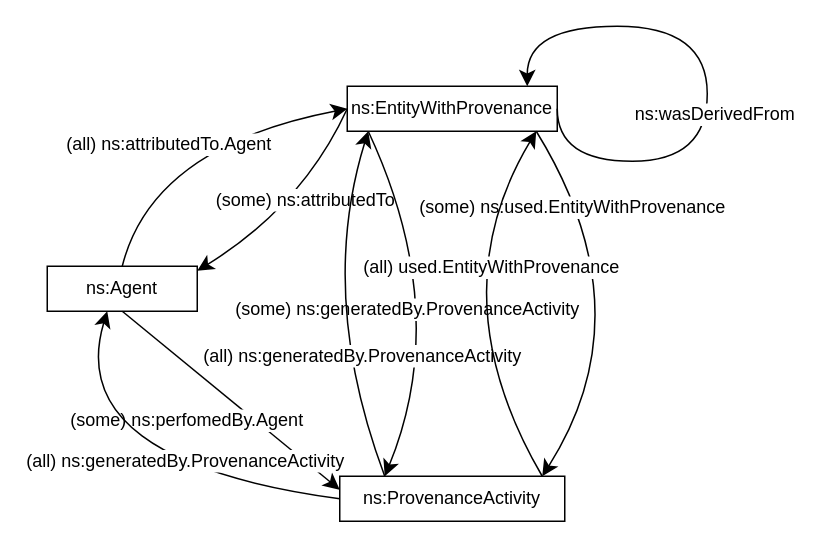
Earlier version of the draw.io diagram MODL Library Simplified/provenanceSimplified.drawio (nd-crane/Drawio-experiments). Source tidied: cells renumbered, new cells numbered last; positions are measured from the earlier drawing's top-left corner, leaving out a move shared by most shapes. Both pictures are drawn from the tidied source at 150%, with x=0, y=0 at pixel (46, 26).
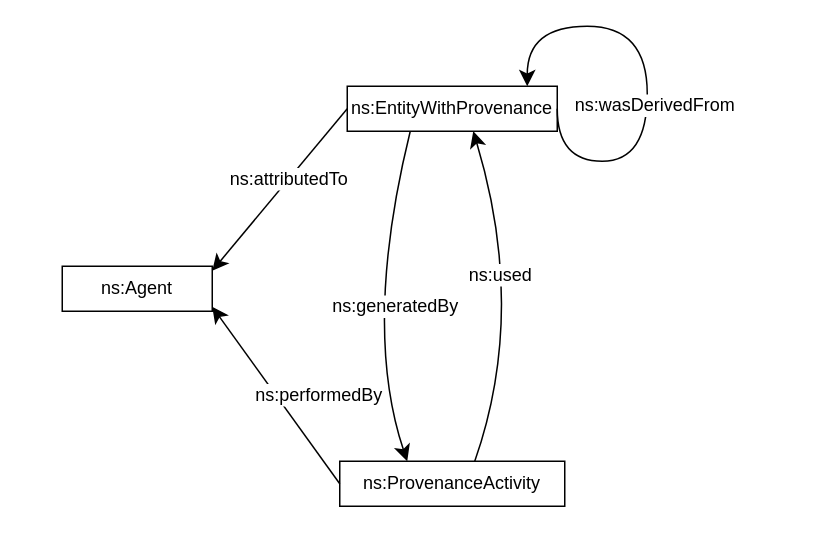
Above is the later version.

The change refers to these unchanged cells:
```xml
<mxCell id="2" value="ns:EntityWithProvenance" style="rounded=0;whiteSpace=wrap;html=1;snapToPoint=1;points=[[0.1,0],[0.2,0],[0.3,0],[0.4,0],[0.5,0],[0.6,0],[0.7,0],[0.8,0],[0.9,0],[0,0.1],[0,0.3],[0,0.5],[0,0.7],[0,0.9],[0.1,1],[0.2,1],[0.3,1],[0.4,1],[0.5,1],[0.6,1],[0.7,1],[0.8,1],[0.9,1],[1,0.1],[1,0.3],[1,0.5],[1,0.7],[1,0.9]];" parent="1" vertex="1">
  <mxGeometry x="200" y="40" width="140" height="30" as="geometry" />
</mxCell>
```

The edit, as a diff of the source:
```diff
@@
     <mxCell id="3" style="endArrow=classic;html=1;exitX=1;exitY=0.5;exitDx=0;exitDy=0;endSize=8;arcSize=0;edgeStyle=orthogonalEdgeStyle;curved=1;" parent="1" edge="1" source="2">
       <mxGeometry relative="1" as="geometry">
         <mxPoint x="320" y="40" as="targetPoint" />
         <Array as="points">
           <mxPoint x="340" y="90" />
-          <mxPoint x="440" y="90" />
-          <mxPoint x="440" />
+          <mxPoint x="400" y="90" />
+          <mxPoint x="400" />
           <mxPoint x="320" />
         </Array>
       </mxGeometry>
     </mxCell>
@@
     <mxCell id="5" value="ns:Agent" style="rounded=0;whiteSpace=wrap;html=1;snapToPoint=1;points=[[0.1,0],[0.2,0],[0.3,0],[0.4,0],[0.5,0],[0.6,0],[0.7,0],[0.8,0],[0.9,0],[0,0.1],[0,0.3],[0,0.5],[0,0.7],[0,0.9],[0.1,1],[0.2,1],[0.3,1],[0.4,1],[0.5,1],[0.6,1],[0.7,1],[0.8,1],[0.9,1],[1,0.1],[1,0.3],[1,0.5],[1,0.7],[1,0.9]];" parent="1" vertex="1">
-      <mxGeometry y="160" width="100" height="30" as="geometry" />
+      <mxGeometry x="10" y="160" width="100" height="30" as="geometry" />
     </mxCell>
     <mxCell id="6" style="endArrow=classic;html=1;exitX=0;exitY=0.5;exitDx=0;exitDy=0;entryX=1;entryY=0.1;entryDx=0;entryDy=0;endSize=8;arcSize=0;curved=1;" parent="1" edge="1" source="2" target="5">
-      <mxGeometry relative="1" as="geometry">
-        <Array as="points">
-          <mxPoint x="170" y="120" />
-        </Array>
-      </mxGeometry>
+      <mxGeometry relative="1" as="geometry" />
     </mxCell>
-    <mxCell id="7" value="(some) ns:attributedTo" style="text;html=1;align=center;verticalAlign=middle;labelBackgroundColor=#ffffff;" parent="6" vertex="1">
+    <mxCell id="7" value="ns:attributedTo" style="text;html=1;align=center;verticalAlign=middle;labelBackgroundColor=#ffffff;" parent="6" vertex="1">
       <mxGeometry x="-0.13" relative="1" as="geometry" />
     </mxCell>
-    <mxCell id="8" style="endArrow=classic;html=1;exitX=0.1;exitY=1;exitDx=0;exitDy=0;endSize=8;arcSize=0;curved=1;entryX=0.2;entryY=0;entryDx=0;entryDy=0;" parent="1" edge="1" source="2" target="10">
+    <mxCell id="8" style="endArrow=classic;html=1;exitX=0.3;exitY=1;exitDx=0;exitDy=0;endSize=8;arcSize=0;curved=1;entryX=0.3;entryY=0;entryDx=0;entryDy=0;" parent="1" edge="1" source="2" target="10">
       <mxGeometry relative="1" as="geometry">
         <Array as="points">
-          <mxPoint x="270" y="190" />
+          <mxPoint x="210" y="200" />
         </Array>
       </mxGeometry>
     </mxCell>
-    <mxCell id="9" value="(some) ns:generatedBy.ProvenanceActivity" style="text;html=1;align=center;verticalAlign=middle;labelBackgroundColor=#ffffff;" parent="8" vertex="1">
+    <mxCell id="9" value="ns:generatedBy" style="text;html=1;align=center;verticalAlign=middle;labelBackgroundColor=#ffffff;" parent="8" vertex="1">
       <mxGeometry x="-0.13" relative="1" as="geometry">
-        <mxPoint x="-21" y="20" as="offset" />
+        <mxPoint x="13" y="19" as="offset" />
       </mxGeometry>
     </mxCell>
     <mxCell id="10" value="ns:ProvenanceActivity" style="rounded=0;whiteSpace=wrap;html=1;snapToPoint=1;points=[[0.1,0],[0.2,0],[0.3,0],[0.4,0],[0.5,0],[0.6,0],[0.7,0],[0.8,0],[0.9,0],[0,0.1],[0,0.3],[0,0.5],[0,0.7],[0,0.9],[0.1,1],[0.2,1],[0.3,1],[0.4,1],[0.5,1],[0.6,1],[0.7,1],[0.8,1],[0.9,1],[1,0.1],[1,0.3],[1,0.5],[1,0.7],[1,0.9]];" parent="1" vertex="1">
-      <mxGeometry x="195" y="300" width="150" height="30" as="geometry" />
+      <mxGeometry x="195" y="290" width="150" height="30" as="geometry" />
     </mxCell>
-    <mxCell id="11" style="endArrow=classic;html=1;exitX=0.5;exitY=0;exitDx=0;exitDy=0;endSize=8;entryX=0;entryY=0.5;entryDx=0;entryDy=0;arcSize=0;curved=1;" parent="1" edge="1" source="5" target="2">
-      <mxGeometry relative="1" as="geometry">
-        <Array as="points">
-          <mxPoint x="70" y="80" />
-        </Array>
-      </mxGeometry>
-    </mxCell>
-    <mxCell id="12" value="(all) ns:attributedTo.Agent" style="text;html=1;align=center;verticalAlign=middle;labelBackgroundColor=#ffffff;" parent="11" vertex="1">
-      <mxGeometry x="-0.13" relative="1" as="geometry" />
-    </mxCell>
-    <mxCell id="13" style="endArrow=classic;html=1;exitX=0.2;exitY=0;exitDx=0;exitDy=0;endSize=8;entryX=0.1;entryY=1;entryDx=0;entryDy=0;arcSize=0;curved=1;" parent="1" edge="1" source="10" target="2">
-      <mxGeometry relative="1" as="geometry">
-        <Array as="points">
-          <mxPoint x="180" y="180" />
-        </Array>
-      </mxGeometry>
-    </mxCell>
-    <mxCell id="14" value="(all) ns:generatedBy.ProvenanceActivity" style="text;html=1;align=center;verticalAlign=middle;labelBackgroundColor=#ffffff;" parent="13" vertex="1">
-      <mxGeometry x="-0.13" relative="1" as="geometry">
-        <mxPoint x="22" y="19" as="offset" />
-      </mxGeometry>
-    </mxCell>
-    <mxCell id="15" style="endArrow=classic;html=1;exitX=0.9;exitY=1;exitDx=0;exitDy=0;endSize=8;arcSize=0;curved=1;entryX=0.9;entryY=0;entryDx=0;entryDy=0;" parent="1" edge="1" source="2" target="10">
-      <mxGeometry relative="1" as="geometry">
-        <Array as="points">
-          <mxPoint x="400" y="190" />
-        </Array>
-      </mxGeometry>
-    </mxCell>
-    <mxCell id="16" value="(some) ns:used.EntityWithProvenance" style="text;html=1;align=center;verticalAlign=middle;labelBackgroundColor=#ffffff;" parent="15" vertex="1">
-      <mxGeometry x="-0.13" relative="1" as="geometry">
-        <mxPoint x="-38" y="-50" as="offset" />
-      </mxGeometry>
-    </mxCell>
-    <mxCell id="17" style="endArrow=classic;html=1;exitX=0.9;exitY=0;exitDx=0;exitDy=0;endSize=8;entryX=0.9;entryY=1;entryDx=0;entryDy=0;arcSize=0;curved=1;" parent="1" edge="1" source="10" target="2">
+    <mxCell id="17" style="endArrow=classic;html=1;exitX=0.6;exitY=0;exitDx=0;exitDy=0;endSize=8;entryX=0.6;entryY=1;entryDx=0;entryDy=0;arcSize=0;curved=1;" parent="1" edge="1" source="10" target="2">
       <mxGeometry relative="1" as="geometry">
         <Array as="points">
-          <mxPoint x="260" y="180" />
+          <mxPoint x="320" y="190" />
         </Array>
       </mxGeometry>
     </mxCell>
-    <mxCell id="18" value="(all) used.EntityWithProvenance" style="text;html=1;align=center;verticalAlign=middle;labelBackgroundColor=#ffffff;" parent="17" vertex="1">
+    <mxCell id="18" value="ns:used" style="text;html=1;align=center;verticalAlign=middle;labelBackgroundColor=#ffffff;" parent="17" vertex="1">
       <mxGeometry x="-0.13" relative="1" as="geometry">
-        <mxPoint x="24" y="-39" as="offset" />
+        <mxPoint x="-17" y="-29" as="offset" />
       </mxGeometry>
     </mxCell>
-    <mxCell id="19" style="endArrow=classic;html=1;exitX=0.5;exitY=1;exitDx=0;exitDy=0;endSize=8;arcSize=0;curved=1;entryX=0;entryY=0.3;entryDx=0;entryDy=0;" parent="1" edge="1" source="5" target="10">
-      <mxGeometry relative="1" as="geometry" />
-    </mxCell>
-    <mxCell id="20" value="(some) ns:perfomedBy.Agent" style="text;html=1;align=center;verticalAlign=middle;labelBackgroundColor=#ffffff;" parent="19" vertex="1">
-      <mxGeometry x="-0.13" relative="1" as="geometry">
-        <mxPoint x="-21" y="20" as="offset" />
-      </mxGeometry>
-    </mxCell>
-    <mxCell id="21" style="endArrow=classic;html=1;exitX=0;exitY=0.5;exitDx=0;exitDy=0;endSize=8;entryX=0.4;entryY=1;entryDx=0;entryDy=0;arcSize=0;curved=1;" parent="1" edge="1" source="10" target="5">
-      <mxGeometry relative="1" as="geometry">
-        <Array as="points">
-          <mxPoint x="10" y="290" />
-        </Array>
-      </mxGeometry>
+    <mxCell id="21" style="endArrow=classic;html=1;exitX=0;exitY=0.5;exitDx=0;exitDy=0;endSize=8;entryX=1;entryY=0.9;entryDx=0;entryDy=0;arcSize=0;curved=1;" parent="1" edge="1" source="10" target="5">
+      <mxGeometry relative="1" as="geometry" />
     </mxCell>
-    <mxCell id="22" value="(all) ns:generatedBy.ProvenanceActivity" style="text;html=1;align=center;verticalAlign=middle;labelBackgroundColor=#ffffff;" parent="21" vertex="1">
+    <mxCell id="22" value="ns:performedBy" style="text;html=1;align=center;verticalAlign=middle;labelBackgroundColor=#ffffff;" parent="21" vertex="1">
       <mxGeometry x="-0.13" relative="1" as="geometry">
         <mxPoint x="22" y="-8" as="offset" />
       </mxGeometry>
     </mxCell>
```
